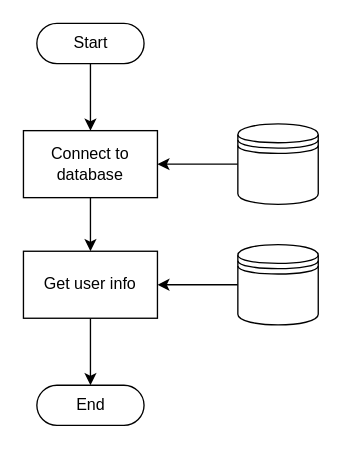
Before: page "Load Profile Logic" (8 of 15) of scoring/documentation/Scoring_System_Schematics.drawio in kparlak/dart-scoring-system, a draw.io diagram. Source tidied: cells renumbered, new cells numbered last; positions are measured from the earlier drawing's top-left corner, leaving out a move shared by most shapes. Both pictures are drawn from the tidied source at 134%, with x=0, y=0 at pixel (23, 23).
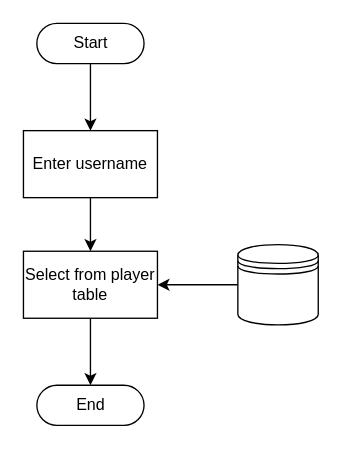
The same page after the edit.

The edit, as a diff of the source:
```diff
@@
 <mxGraphModel>
   <root>
     <mxCell id="0" />
     <mxCell id="1" parent="0" />
     <mxCell id="2" style="edgeStyle=orthogonalEdgeStyle;rounded=1;jettySize=auto;html=1;exitX=0.5;exitY=0.5;exitDx=0;exitDy=15;exitPerimeter=0;entryX=0.5;entryY=0;entryDx=0;entryDy=0;strokeColor=#000000;" parent="1" edge="1" source="3" target="6">
       <mxGeometry relative="1" as="geometry" />
     </mxCell>
     <mxCell id="3" value="Start" style="html=1;dashed=0;whitespace=wrap;shape=mxgraph.dfd.start;" parent="1" vertex="1">
       <mxGeometry x="10" width="80" height="30" as="geometry" />
     </mxCell>
     <mxCell id="4" value="End" style="html=1;dashed=0;whitespace=wrap;shape=mxgraph.dfd.start;" parent="1" vertex="1">
       <mxGeometry x="10" y="270" width="80" height="30" as="geometry" />
     </mxCell>
     <mxCell id="5" style="edgeStyle=orthogonalEdgeStyle;rounded=1;jettySize=auto;html=1;exitX=0.5;exitY=1;exitDx=0;exitDy=0;entryX=0.5;entryY=0;entryDx=0;entryDy=0;" parent="1" edge="1" source="6" target="10">
       <mxGeometry relative="1" as="geometry" />
     </mxCell>
-    <mxCell id="6" value="Connect to database" style="html=1;dashed=0;whitespace=wrap;whiteSpace=wrap;" parent="1" vertex="1">
+    <mxCell id="6" value="Enter username" style="html=1;dashed=0;whitespace=wrap;whiteSpace=wrap;" parent="1" vertex="1">
       <mxGeometry y="80" width="100" height="50" as="geometry" />
     </mxCell>
-    <mxCell id="7" style="edgeStyle=orthogonalEdgeStyle;rounded=1;jettySize=auto;html=1;exitX=0;exitY=0.5;exitDx=0;exitDy=0;entryX=1;entryY=0.5;entryDx=0;entryDy=0;" parent="1" edge="1" source="8" target="6">
-      <mxGeometry relative="1" as="geometry" />
-    </mxCell>
-    <mxCell id="8" style="shape=datastore;whiteSpace=wrap;html=1;" parent="1" vertex="1">
-      <mxGeometry x="160" y="75" width="60" height="60" as="geometry" />
-    </mxCell>
     <mxCell id="9" style="edgeStyle=orthogonalEdgeStyle;rounded=1;jettySize=auto;html=1;exitX=0.5;exitY=1;exitDx=0;exitDy=0;entryX=0.5;entryY=0.5;entryDx=0;entryDy=-15;entryPerimeter=0;" parent="1" edge="1" source="10" target="4">
       <mxGeometry relative="1" as="geometry" />
     </mxCell>
-    <mxCell id="10" value="Get user info" style="html=1;dashed=0;whitespace=wrap;whiteSpace=wrap;" parent="1" vertex="1">
+    <mxCell id="10" value="Select from player table" style="html=1;dashed=0;whitespace=wrap;whiteSpace=wrap;" parent="1" vertex="1">
       <mxGeometry y="170" width="100" height="50" as="geometry" />
     </mxCell>
     <mxCell id="11" style="edgeStyle=orthogonalEdgeStyle;rounded=1;jettySize=auto;html=1;exitX=0;exitY=0.5;exitDx=0;exitDy=0;entryX=1;entryY=0.5;entryDx=0;entryDy=0;" parent="1" edge="1" source="12" target="10">
       <mxGeometry relative="1" as="geometry" />
     </mxCell>
     <mxCell id="12" style="shape=datastore;whiteSpace=wrap;html=1;" parent="1" vertex="1">
       <mxGeometry x="160" y="165" width="60" height="60" as="geometry" />
     </mxCell>
   </root>
 </mxGraphModel>
```
